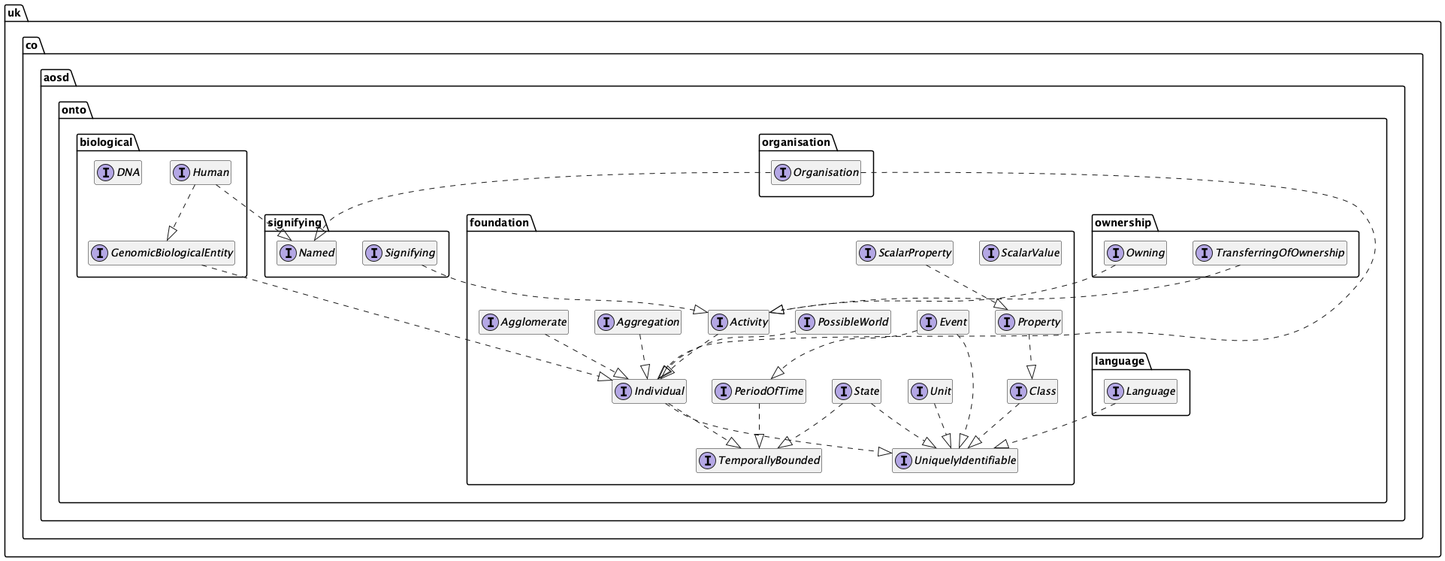
Before: blog2/uml.png, a diagram exported from PlantUML (twalmsley/twalmsley.github.io). Its diagram source:
```plantuml
@startuml

interface uk.co.aosd.onto.biological.DNA {
	{method}  {abstract} +dna () : String
}


interface uk.co.aosd.onto.biological.GenomicBiologicalEntity {
	{method}  {abstract} +dna () : java.util.Optional
}


interface uk.co.aosd.onto.biological.Human {
	{method}  {abstract} +languages () : uk.co.aosd.onto.foundation.Class
	{method}  {abstract} +nativeLanguage () : uk.co.aosd.onto.language.Language
}


interface uk.co.aosd.onto.foundation.Activity {
	{method}  {abstract} +actionsDescription () : String
}


interface uk.co.aosd.onto.foundation.Agglomerate {
	{method}  {abstract} +members () : java.util.Set
}


interface uk.co.aosd.onto.foundation.Aggregation {
	{method}  {abstract} +quantity () : uk.co.aosd.onto.foundation.ScalarValue
}


interface uk.co.aosd.onto.foundation.Class {
	{method}  {abstract} +members () : java.util.Set
}


interface uk.co.aosd.onto.foundation.Event {
}


interface uk.co.aosd.onto.foundation.Individual {
}


interface uk.co.aosd.onto.foundation.PeriodOfTime {
	{method}  {abstract} +duration () : uk.co.aosd.onto.foundation.ScalarValue
}


interface uk.co.aosd.onto.foundation.PossibleWorld {
	{method}  {abstract} +members () : java.util.Set
}


interface uk.co.aosd.onto.foundation.Property {
	{method}  {abstract} +property () : Object
}


interface uk.co.aosd.onto.foundation.ScalarProperty {
}


interface uk.co.aosd.onto.foundation.ScalarValue {
	{method}  {abstract} +unit () : uk.co.aosd.onto.foundation.Unit
	{method}  {abstract} +value () : Number
}


interface uk.co.aosd.onto.foundation.State {
	{method}  {abstract} +individual () : uk.co.aosd.onto.foundation.UniquelyIdentifiable
}


interface uk.co.aosd.onto.foundation.TemporallyBounded {
	{method}  {abstract} +beginning () : java.util.Optional
	{method}  {abstract} +ending () : java.util.Optional
}


interface uk.co.aosd.onto.foundation.UniquelyIdentifiable {
	{method}  {abstract} +identifier () : String
}


interface uk.co.aosd.onto.foundation.Unit {
	{method}  {abstract} +name () : String
}


interface uk.co.aosd.onto.language.Language {
	{method}  {abstract} +name () : String
}


interface uk.co.aosd.onto.organisation.Organisation {
}


interface uk.co.aosd.onto.ownership.Owning {
	{method}  {abstract} +owned () : uk.co.aosd.onto.foundation.Individual
	{method}  {abstract} +owner () : uk.co.aosd.onto.foundation.Individual
}


interface uk.co.aosd.onto.ownership.TransferringOfOwnership {
	{method}  {abstract} +from () : uk.co.aosd.onto.ownership.Owning
	{method}  {abstract} +to () : uk.co.aosd.onto.ownership.Owning
}


interface uk.co.aosd.onto.signifying.Named {
	{method}  {abstract} +names () : uk.co.aosd.onto.foundation.Class
}


interface uk.co.aosd.onto.signifying.Signifying {
	{method}  {abstract} +name () : Object
	{method}  {abstract} +named () : uk.co.aosd.onto.foundation.UniquelyIdentifiable
}




uk.co.aosd.onto.biological.GenomicBiologicalEntity ..|>  uk.co.aosd.onto.foundation.Individual
uk.co.aosd.onto.biological.Human ..|>  uk.co.aosd.onto.biological.GenomicBiologicalEntity
uk.co.aosd.onto.biological.Human ..|>  uk.co.aosd.onto.signifying.Named
uk.co.aosd.onto.foundation.Activity ..|>  uk.co.aosd.onto.foundation.Individual
uk.co.aosd.onto.foundation.Agglomerate ..|>  uk.co.aosd.onto.foundation.Individual
uk.co.aosd.onto.foundation.Aggregation ..|>  uk.co.aosd.onto.foundation.Individual
uk.co.aosd.onto.foundation.Class ..|>  uk.co.aosd.onto.foundation.UniquelyIdentifiable
uk.co.aosd.onto.foundation.Event ..|>  uk.co.aosd.onto.foundation.PeriodOfTime
uk.co.aosd.onto.foundation.Event ..|>  uk.co.aosd.onto.foundation.UniquelyIdentifiable
uk.co.aosd.onto.foundation.Individual ..|>  uk.co.aosd.onto.foundation.TemporallyBounded
uk.co.aosd.onto.foundation.Individual ..|>  uk.co.aosd.onto.foundation.UniquelyIdentifiable
uk.co.aosd.onto.foundation.PeriodOfTime ..|>  uk.co.aosd.onto.foundation.TemporallyBounded
uk.co.aosd.onto.foundation.PossibleWorld ..|>  uk.co.aosd.onto.foundation.Individual
uk.co.aosd.onto.foundation.Property ..|>  uk.co.aosd.onto.foundation.Class
uk.co.aosd.onto.foundation.ScalarProperty ..|>  uk.co.aosd.onto.foundation.Property
uk.co.aosd.onto.foundation.State ..|>  uk.co.aosd.onto.foundation.TemporallyBounded
uk.co.aosd.onto.foundation.State ..|>  uk.co.aosd.onto.foundation.UniquelyIdentifiable
uk.co.aosd.onto.foundation.Unit ..|>  uk.co.aosd.onto.foundation.UniquelyIdentifiable
uk.co.aosd.onto.language.Language ..|>  uk.co.aosd.onto.foundation.UniquelyIdentifiable
uk.co.aosd.onto.organisation.Organisation ..|>  uk.co.aosd.onto.foundation.Individual
uk.co.aosd.onto.organisation.Organisation ..|>  uk.co.aosd.onto.signifying.Named
uk.co.aosd.onto.ownership.Owning ..|>  uk.co.aosd.onto.foundation.Activity
uk.co.aosd.onto.ownership.TransferringOfOwnership ..|>  uk.co.aosd.onto.foundation.Activity
uk.co.aosd.onto.signifying.Signifying ..|>  uk.co.aosd.onto.foundation.Activity

hide fields
hide methods
hide null

@enduml
```
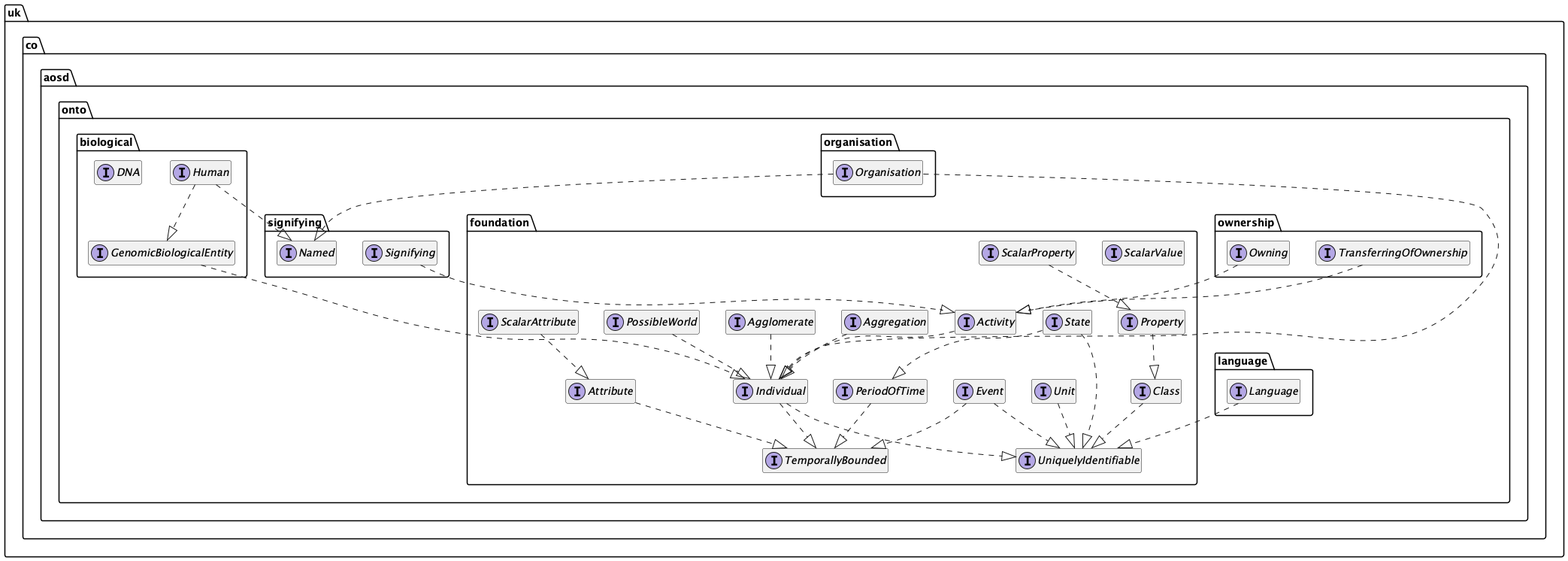
Later version of the same file.

Commit message:
Updates for blog 2 to match the corresponding GitHub repo.

Diff of the diagram source:
```diff
@@ -31,6 +31,12 @@
 }
 
 
+interface uk.co.aosd.onto.foundation.Attribute {
+	{method}  {abstract} +individual () : uk.co.aosd.onto.foundation.Individual
+	{method}  {abstract} +property () : Object
+}
+
+
 interface uk.co.aosd.onto.foundation.Class {
 	{method}  {abstract} +members () : java.util.Set
 }
@@ -45,7 +51,7 @@
 
 
 interface uk.co.aosd.onto.foundation.PeriodOfTime {
-	{method}  {abstract} +duration () : uk.co.aosd.onto.foundation.ScalarValue
+	{method}  {abstract} +duration () : java.time.Duration
 }
 
 
@@ -56,6 +62,10 @@
 
 interface uk.co.aosd.onto.foundation.Property {
 	{method}  {abstract} +property () : Object
+}
+
+
+interface uk.co.aosd.onto.foundation.ScalarAttribute {
 }
 
 
@@ -70,7 +80,7 @@
 
 
 interface uk.co.aosd.onto.foundation.State {
-	{method}  {abstract} +individual () : uk.co.aosd.onto.foundation.UniquelyIdentifiable
+	{method}  {abstract} +individual () : uk.co.aosd.onto.foundation.Individual
 }
 
 
@@ -130,16 +140,18 @@
 uk.co.aosd.onto.foundation.Activity ..|>  uk.co.aosd.onto.foundation.Individual
 uk.co.aosd.onto.foundation.Agglomerate ..|>  uk.co.aosd.onto.foundation.Individual
 uk.co.aosd.onto.foundation.Aggregation ..|>  uk.co.aosd.onto.foundation.Individual
+uk.co.aosd.onto.foundation.Attribute ..|>  uk.co.aosd.onto.foundation.TemporallyBounded
 uk.co.aosd.onto.foundation.Class ..|>  uk.co.aosd.onto.foundation.UniquelyIdentifiable
-uk.co.aosd.onto.foundation.Event ..|>  uk.co.aosd.onto.foundation.PeriodOfTime
+uk.co.aosd.onto.foundation.Event ..|>  uk.co.aosd.onto.foundation.TemporallyBounded
 uk.co.aosd.onto.foundation.Event ..|>  uk.co.aosd.onto.foundation.UniquelyIdentifiable
 uk.co.aosd.onto.foundation.Individual ..|>  uk.co.aosd.onto.foundation.TemporallyBounded
 uk.co.aosd.onto.foundation.Individual ..|>  uk.co.aosd.onto.foundation.UniquelyIdentifiable
 uk.co.aosd.onto.foundation.PeriodOfTime ..|>  uk.co.aosd.onto.foundation.TemporallyBounded
 uk.co.aosd.onto.foundation.PossibleWorld ..|>  uk.co.aosd.onto.foundation.Individual
 uk.co.aosd.onto.foundation.Property ..|>  uk.co.aosd.onto.foundation.Class
+uk.co.aosd.onto.foundation.ScalarAttribute ..|>  uk.co.aosd.onto.foundation.Attribute
 uk.co.aosd.onto.foundation.ScalarProperty ..|>  uk.co.aosd.onto.foundation.Property
-uk.co.aosd.onto.foundation.State ..|>  uk.co.aosd.onto.foundation.TemporallyBounded
+uk.co.aosd.onto.foundation.State ..|>  uk.co.aosd.onto.foundation.PeriodOfTime
 uk.co.aosd.onto.foundation.State ..|>  uk.co.aosd.onto.foundation.UniquelyIdentifiable
 uk.co.aosd.onto.foundation.Unit ..|>  uk.co.aosd.onto.foundation.UniquelyIdentifiable
 uk.co.aosd.onto.language.Language ..|>  uk.co.aosd.onto.foundation.UniquelyIdentifiable
```
